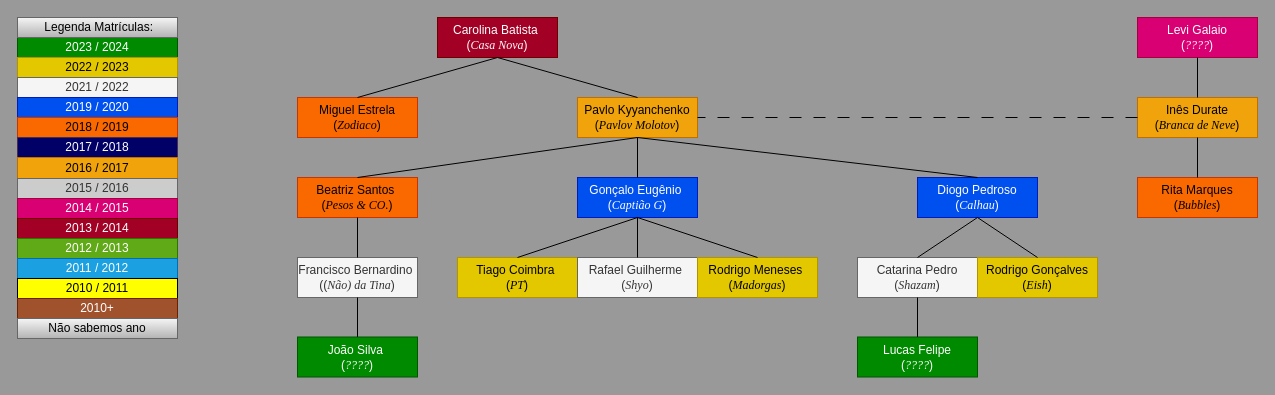
Earlier version of the draw.io diagram Draw.io/Familia_da_Carolina_Batista.drawio (pdmtmr/PDMTMRTESTLOCATION-AKA-ARBUSTO). Source tidied: cells renumbered, new cells numbered last; positions are measured from the earlier drawing's top-left corner, leaving out a move shared by most shapes. Both pictures are drawn from the tidied source at 100%, with x=0, y=0 at pixel (17, 17).
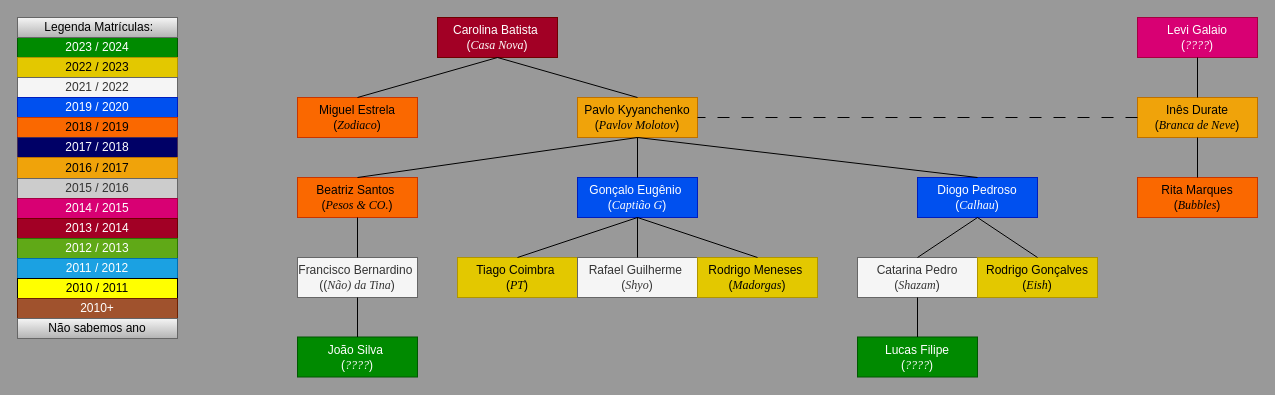
The same page after the edit.

The edit, as a diff of the source:
```diff
@@
-    <mxCell id="49" value="&lt;div&gt;&lt;span style=&quot;background-color: initial;&quot;&gt;Lucas Felipe&lt;/span&gt;&lt;/div&gt;&lt;div&gt;&lt;span style=&quot;background-color: initial;&quot;&gt;(&lt;font face=&quot;Times New Roman&quot;&gt;&lt;i&gt;????&lt;/i&gt;&lt;/font&gt;&lt;/span&gt;&lt;span style=&quot;background-color: initial;&quot;&gt;)&lt;/span&gt;&lt;/div&gt;" style="rounded=0;whiteSpace=wrap;html=1;fillColor=#008a00;fontColor=#ffffff;strokeColor=#005700;" parent="1" vertex="1">
+    <mxCell id="49" value="&lt;div&gt;&lt;span style=&quot;background-color: initial;&quot;&gt;Lucas Filipe&lt;/span&gt;&lt;/div&gt;&lt;div&gt;&lt;span style=&quot;background-color: initial;&quot;&gt;(&lt;font face=&quot;Times New Roman&quot;&gt;&lt;i&gt;????&lt;/i&gt;&lt;/font&gt;&lt;/span&gt;&lt;span style=&quot;background-color: initial;&quot;&gt;)&lt;/span&gt;&lt;/div&gt;" style="rounded=0;whiteSpace=wrap;html=1;fillColor=#008a00;fontColor=#ffffff;strokeColor=#005700;" parent="1" vertex="1">
       <mxGeometry x="840" y="319.5" width="120" height="40" as="geometry" />
     </mxCell>
```
